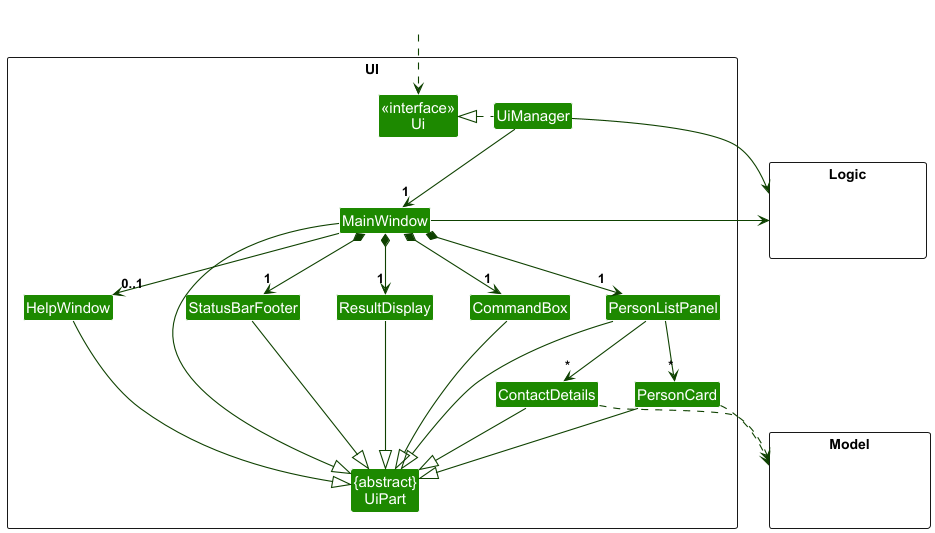
This is docs/images/UiClassDiagram.png from nus-cs2103-AY2425S1/tp, a PlantUML export, as it was before one commit.
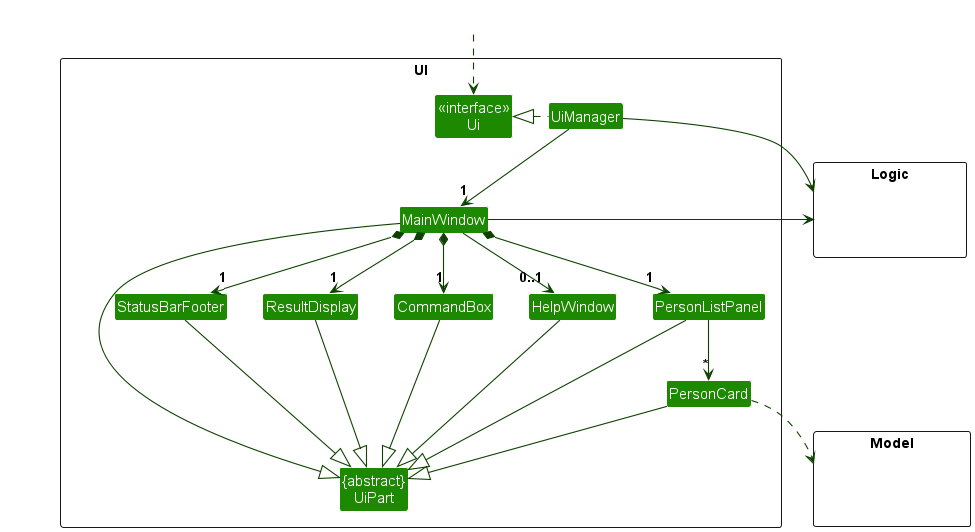
The same diagram one commit later.

Commit message:
Revert "Update Class Diagrams in the DG"

The edit, as a diff of the source:
```diff
@@ -13,7 +13,6 @@
 Class ResultDisplay
 Class PersonListPanel
 Class PersonCard
-Class ContactDetails
 Class StatusBarFooter
 Class CommandBox
 }
@@ -31,7 +30,6 @@
 
 UiManager .left.|> Ui
 UiManager -down-> "1" MainWindow
-
 MainWindow *-down->  "1" CommandBox
 MainWindow *-down-> "1" ResultDisplay
 MainWindow *-down-> "1" PersonListPanel
@@ -39,10 +37,8 @@
 MainWindow --> "0..1" HelpWindow
 
 PersonListPanel -down-> "*" PersonCard
-PersonListPanel -down-> "*" ContactDetails
 
 MainWindow -left-|> UiPart
-ContactDetails -down-|> UiPart
 
 ResultDisplay --|> UiPart
 CommandBox --|> UiPart
@@ -52,8 +48,6 @@
 HelpWindow --|> UiPart
 
 PersonCard ..> Model
-ContactDetails ..> Model
-
 UiManager -right-> Logic
 MainWindow -left-> Logic
 
```
